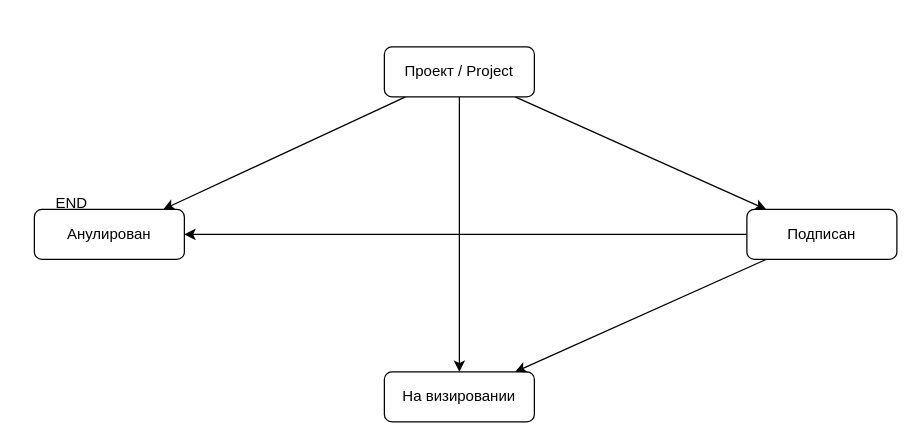
This is Domain/Resolutions/СостоянияИПравилаПереходов.drawio from davyd0ff/so-line-grls, a draw.io file, before an edit. Source tidied: cells renumbered, new cells numbered last; positions are measured from the earlier drawing's top-left corner, leaving out a move shared by most shapes. Both pictures are drawn from the tidied source at 125%, with x=0, y=0 at pixel (34, 46).
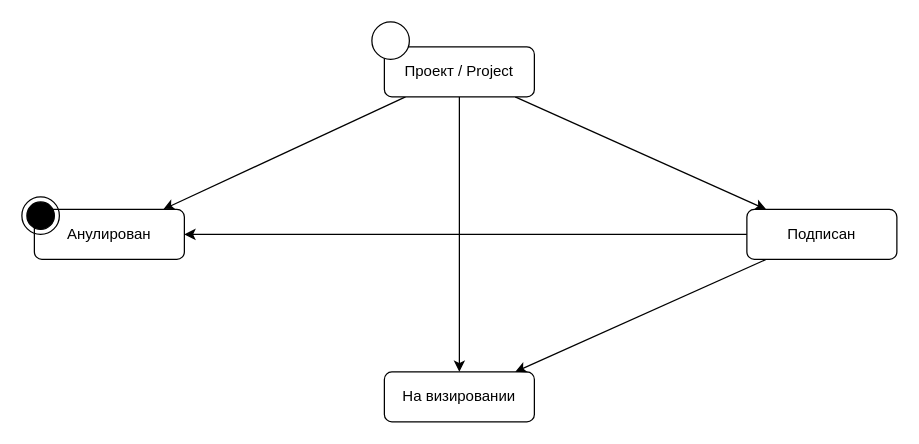
The same diagram, later.

The edit, as a diff of the source:
```diff
@@
 <mxGraphModel>
   <root>
     <mxCell id="0" />
     <mxCell id="1" parent="0" />
     <mxCell id="2" style="rounded=0;jettySize=auto;html=1;" parent="1" edge="1" source="5" target="6">
       <mxGeometry relative="1" as="geometry" />
     </mxCell>
     <mxCell id="3" style="edgeStyle=none;rounded=0;jettySize=auto;html=1;" parent="1" edge="1" source="5" target="7">
       <mxGeometry relative="1" as="geometry" />
     </mxCell>
     <mxCell id="4" style="edgeStyle=none;rounded=0;jettySize=auto;html=1;" parent="1" edge="1" source="5" target="10">
       <mxGeometry relative="1" as="geometry" />
     </mxCell>
     <mxCell id="5" value="Проект / Project" style="rounded=1;whiteSpace=wrap;html=1;" parent="1" vertex="1">
       <mxGeometry x="280" width="120" height="40" as="geometry" />
     </mxCell>
     <mxCell id="6" value="Анулирован" style="rounded=1;whiteSpace=wrap;html=1;" parent="1" vertex="1">
       <mxGeometry y="130" width="120" height="40" as="geometry" />
     </mxCell>
     <mxCell id="7" value="На визировании" style="rounded=1;whiteSpace=wrap;html=1;" parent="1" vertex="1">
       <mxGeometry x="280" y="260" width="120" height="40" as="geometry" />
     </mxCell>
     <mxCell id="8" style="edgeStyle=none;rounded=0;jettySize=auto;html=1;" parent="1" edge="1" source="10" target="7">
       <mxGeometry relative="1" as="geometry" />
     </mxCell>
     <mxCell id="9" style="edgeStyle=none;rounded=0;jettySize=auto;html=1;" parent="1" edge="1" source="10" target="6">
       <mxGeometry relative="1" as="geometry" />
     </mxCell>
     <mxCell id="10" value="Подписан" style="rounded=1;whiteSpace=wrap;html=1;" parent="1" vertex="1">
       <mxGeometry x="570" y="130" width="120" height="40" as="geometry" />
     </mxCell>
-    <mxCell id="11" value="END" style="text;html=1;strokeColor=none;fillColor=none;align=center;verticalAlign=middle;whiteSpace=wrap;rounded=0;" parent="1" vertex="1">
-      <mxGeometry y="110" width="60" height="30" as="geometry" />
-    </mxCell>
+    <mxCell id="12" style="ellipse;html=1;shape=endState;fillColor=strokeColor;" parent="1" vertex="1">
+      <mxGeometry x="-10" y="120" width="30" height="30" as="geometry" />
+    </mxCell>
+    <mxCell id="13" style="shape=ellipse;html=1;dashed=0;whitespace=wrap;perimeter=ellipsePerimeter;" parent="1" vertex="1">
+      <mxGeometry x="270" y="-20" width="30" height="30" as="geometry" />
+    </mxCell>
   </root>
 </mxGraphModel>
```
